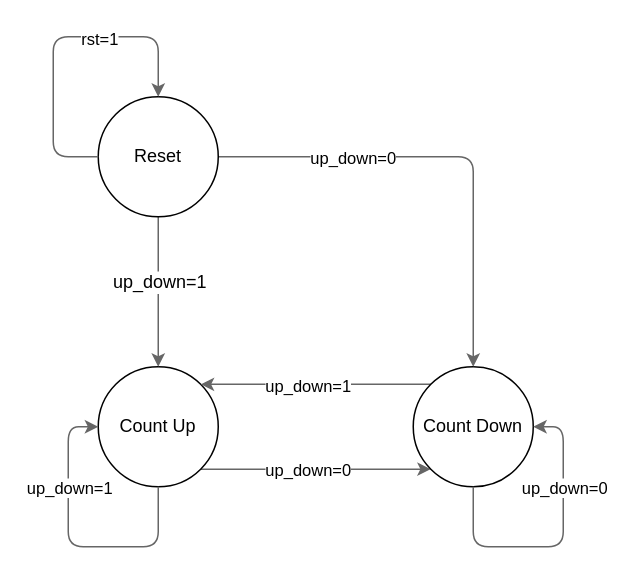
Above: 1/FSM.drawio in gordonpow/lab_hardware_test (draw.io), before the change. Source tidied: cells renumbered, new cells numbered last; positions are measured from the earlier drawing's top-left corner, leaving out a move shared by most shapes. Both pictures are drawn from the tidied source at 150%, with x=0, y=0 at pixel (52, 36).
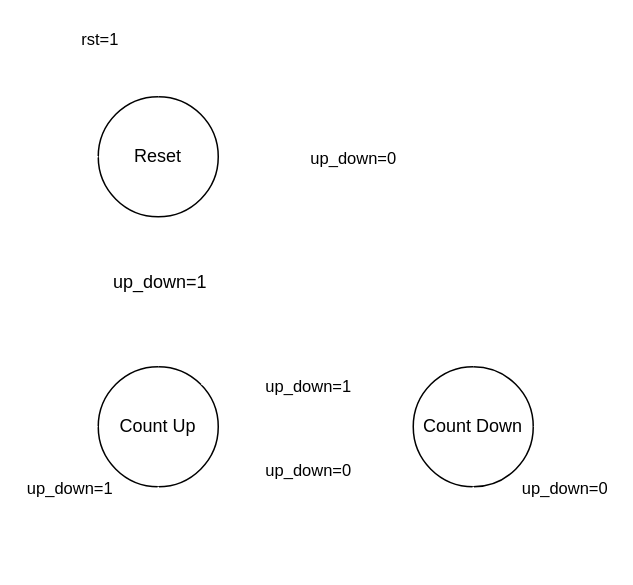
The same page after the edit.

Unchanged cells that the change refers to:
```xml
<mxCell id="4" value="Count Up" style="ellipse;whiteSpace=wrap;html=1;" parent="1" vertex="1">
  <mxGeometry x="30" y="220" width="80" height="80" as="geometry" />
</mxCell>
<mxCell id="7" value="Count Down" style="ellipse;whiteSpace=wrap;html=1;" parent="1" vertex="1">
  <mxGeometry x="240" y="220" width="80" height="80" as="geometry" />
</mxCell>
<mxCell id="12" value="Reset" style="ellipse;whiteSpace=wrap;html=1;" parent="1" vertex="1">
  <mxGeometry x="30" y="40" width="80" height="80" as="geometry" />
</mxCell>
```

Diff of the diagram source:
```diff
@@
-    <mxCell id="2" style="edgeStyle=none;html=1;exitX=1;exitY=1;exitDx=0;exitDy=0;entryX=0;entryY=1;entryDx=0;entryDy=0;fillColor=#f5f5f5;strokeColor=#666666;" parent="1" edge="1" source="4" target="7">
+    <mxCell id="2" style="edgeStyle=none;html=1;exitX=1;exitY=1;exitDx=0;exitDy=0;entryX=0;entryY=1;entryDx=0;entryDy=0;fillColor=#f5f5f5;strokeColor=#FFFFFF;" parent="1" edge="1" source="4" target="7">
       <mxGeometry relative="1" as="geometry" />
     </mxCell>
@@
-    <mxCell id="5" style="edgeStyle=none;html=1;exitX=0;exitY=0;exitDx=0;exitDy=0;entryX=1;entryY=0;entryDx=0;entryDy=0;fillColor=#f5f5f5;strokeColor=#666666;" parent="1" edge="1" source="7" target="4">
+    <mxCell id="5" style="edgeStyle=none;html=1;exitX=0;exitY=0;exitDx=0;exitDy=0;entryX=1;entryY=0;entryDx=0;entryDy=0;fillColor=#f5f5f5;strokeColor=#FFFFFF;" parent="1" edge="1" source="7" target="4">
       <mxGeometry relative="1" as="geometry" />
     </mxCell>
@@
-    <mxCell id="8" style="edgeStyle=none;html=1;exitX=0.5;exitY=1;exitDx=0;exitDy=0;entryX=0.5;entryY=0;entryDx=0;entryDy=0;fillColor=#f5f5f5;strokeColor=#666666;" parent="1" edge="1" source="12" target="4">
+    <mxCell id="8" style="edgeStyle=none;html=1;exitX=0.5;exitY=1;exitDx=0;exitDy=0;entryX=0.5;entryY=0;entryDx=0;entryDy=0;fillColor=#f5f5f5;strokeColor=#FFFFFF;" parent="1" edge="1" source="12" target="4">
       <mxGeometry relative="1" as="geometry" />
     </mxCell>
@@
-    <mxCell id="10" style="edgeStyle=none;html=1;exitX=1;exitY=0.5;exitDx=0;exitDy=0;entryX=0.5;entryY=0;entryDx=0;entryDy=0;fillColor=#f5f5f5;strokeColor=#666666;" parent="1" edge="1" source="12" target="7">
+    <mxCell id="10" style="edgeStyle=none;html=1;exitX=1;exitY=0.5;exitDx=0;exitDy=0;entryX=0.5;entryY=0;entryDx=0;entryDy=0;fillColor=#f5f5f5;strokeColor=#FFFFFF;" parent="1" edge="1" source="12" target="7">
       <mxGeometry relative="1" as="geometry">
         <Array as="points">
           <mxPoint x="280" y="80" />
         </Array>
       </mxGeometry>
     </mxCell>
@@
-    <mxCell id="13" style="edgeStyle=none;html=1;exitX=0;exitY=0.5;exitDx=0;exitDy=0;entryX=0.5;entryY=0;entryDx=0;entryDy=0;fillColor=#f5f5f5;strokeColor=#666666;jumpStyle=none;rounded=1;" parent="1" edge="1" source="12" target="12">
+    <mxCell id="13" style="edgeStyle=none;html=1;exitX=0;exitY=0.5;exitDx=0;exitDy=0;entryX=0.5;entryY=0;entryDx=0;entryDy=0;fillColor=#f5f5f5;strokeColor=#FFFFFF;jumpStyle=none;rounded=1;" parent="1" edge="1" source="12" target="12">
       <mxGeometry relative="1" as="geometry">
         <Array as="points">
           <mxPoint y="80" />
           <mxPoint />
           <mxPoint x="70" />
         </Array>
       </mxGeometry>
     </mxCell>
@@
-    <mxCell id="15" style="edgeStyle=none;html=1;exitX=0.5;exitY=1;exitDx=0;exitDy=0;entryX=0;entryY=0.5;entryDx=0;entryDy=0;fillColor=#f5f5f5;strokeColor=#666666;" parent="1" edge="1" source="4" target="4">
+    <mxCell id="15" style="edgeStyle=none;html=1;exitX=0.5;exitY=1;exitDx=0;exitDy=0;entryX=0;entryY=0.5;entryDx=0;entryDy=0;fillColor=#f5f5f5;strokeColor=#FFFFFF;" parent="1" edge="1" source="4" target="4">
       <mxGeometry relative="1" as="geometry">
         <Array as="points">
           <mxPoint x="70" y="340" />
           <mxPoint x="10" y="340" />
           <mxPoint x="10" y="260" />
         </Array>
       </mxGeometry>
     </mxCell>
@@
-    <mxCell id="17" style="edgeStyle=none;html=1;exitX=0.5;exitY=1;exitDx=0;exitDy=0;entryX=1;entryY=0.5;entryDx=0;entryDy=0;fillColor=#f5f5f5;strokeColor=#666666;" parent="1" edge="1" source="7" target="7">
+    <mxCell id="17" style="edgeStyle=none;html=1;exitX=0.5;exitY=1;exitDx=0;exitDy=0;entryX=1;entryY=0.5;entryDx=0;entryDy=0;fillColor=#f5f5f5;strokeColor=#FFFFFF;" parent="1" edge="1" source="7" target="7">
       <mxGeometry relative="1" as="geometry">
         <Array as="points">
           <mxPoint x="280" y="340" />
           <mxPoint x="340" y="340" />
           <mxPoint x="340" y="260" />
         </Array>
       </mxGeometry>
     </mxCell>
```
